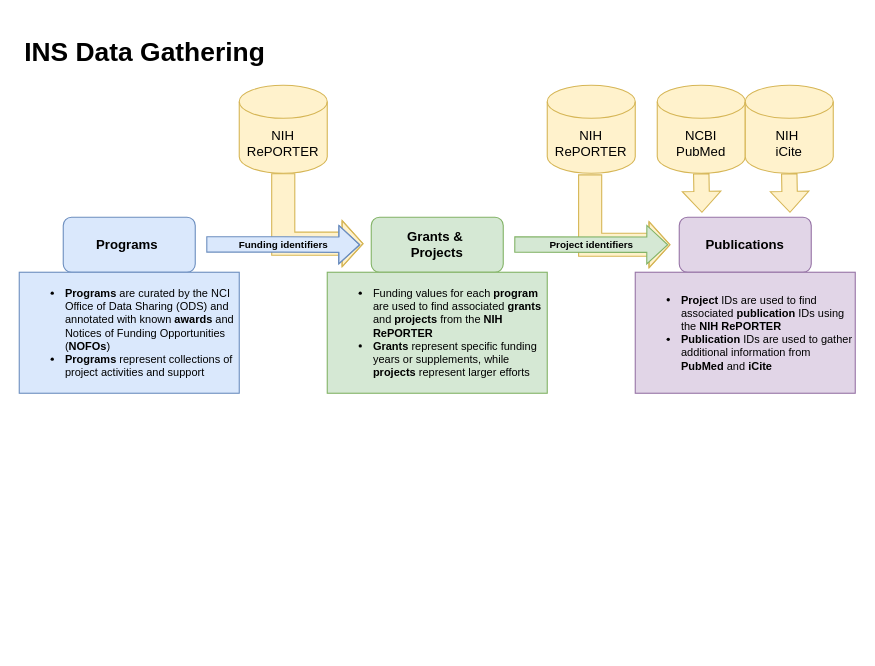
Above: images/ins-data-gathering-simple.drawio in CBIIT/INS-Data (draw.io), before the change. Source tidied: cells renumbered, new cells numbered last; positions are measured from the earlier drawing's top-left corner, leaving out a move shared by most shapes. Both pictures are drawn from the tidied source at 110%, with x=0, y=0 at pixel (19, 30). Pictures stored in the file or linked from it are replaced by grey dashed boxes.
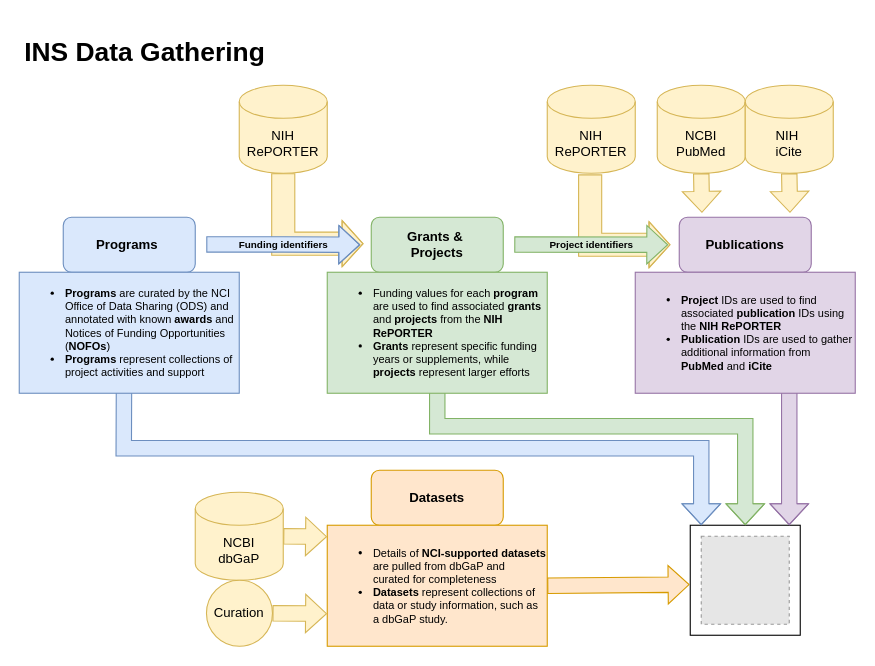
The same diagram, later.

Commit message (it also covers changes not shown here):
Update gathering diagram to include datasets

Change to the diagram source:
```diff
@@
-    <mxCell id="5" value="&lt;ul style=&quot;font-size: 10px;&quot;&gt;&lt;li style=&quot;font-size: 10px;&quot;&gt;&lt;b&gt;Programs&lt;/b&gt;&amp;nbsp;are curated by the NCI Office of Data Sharing (ODS) and annotated with known &lt;b style=&quot;background-color: initial;&quot;&gt;awards &lt;/b&gt;&lt;span style=&quot;background-color: initial;&quot;&gt;and Notices of Funding Opportunities (&lt;/span&gt;&lt;b style=&quot;background-color: initial;&quot;&gt;NOFOs&lt;/b&gt;&lt;span style=&quot;background-color: initial;&quot;&gt;)&lt;/span&gt;&lt;/li&gt;&lt;li style=&quot;font-size: 10px;&quot;&gt;&lt;b&gt;Programs &lt;/b&gt;represent collections of project activities and support&lt;/li&gt;&lt;/ul&gt;" style="rounded=0;whiteSpace=wrap;html=1;align=left;fontSize=10;fillColor=#dae8fc;strokeColor=#6c8ebf;" parent="1" vertex="1">
-      <mxGeometry y="220" width="200" height="110" as="geometry" />
-    </mxCell>
@@
-    <mxCell id="7" value="&lt;ul&gt;&lt;li&gt;Funding values for each &lt;b style=&quot;font-size: 10px;&quot;&gt;program &lt;/b&gt;are used to find associated &lt;b style=&quot;font-size: 10px;&quot;&gt;grants &lt;/b&gt;and &lt;b style=&quot;font-size: 10px;&quot;&gt;projects&lt;/b&gt;&amp;nbsp;from the&amp;nbsp;&lt;b style=&quot;font-size: 10px;&quot;&gt;NIH RePORTER&lt;/b&gt;&lt;/li&gt;&lt;li&gt;&lt;span style=&quot;font-size: 10px;&quot;&gt;&lt;b&gt;Grants &lt;/b&gt;represent specific funding years or supplements, while &lt;b&gt;projects&lt;/b&gt;&amp;nbsp;represent larger efforts&lt;/span&gt;&lt;/li&gt;&lt;/ul&gt;" style="rounded=0;whiteSpace=wrap;html=1;align=left;fontSize=10;fillColor=#d5e8d4;strokeColor=#82b366;" parent="1" vertex="1">
-      <mxGeometry x="280" y="220" width="200" height="110" as="geometry" />
-    </mxCell>
@@
-    <mxCell id="13" value="&lt;ul&gt;&lt;li&gt;&lt;b&gt;Project &lt;/b&gt;IDs are used to find associated &lt;b&gt;publication &lt;/b&gt;IDs&amp;nbsp;using the &lt;b&gt;NIH RePORTER&lt;/b&gt;&lt;/li&gt;&lt;li&gt;&lt;b&gt;Publication &lt;/b&gt;IDs are used to gather additional information from &lt;b&gt;PubMed &lt;/b&gt;and &lt;b&gt;iCite&lt;/b&gt;&lt;/li&gt;&lt;/ul&gt;" style="rounded=0;whiteSpace=wrap;html=1;align=left;fontSize=10;fillColor=#e1d5e7;strokeColor=#9673a6;" parent="1" vertex="1">
-      <mxGeometry x="560" y="220" width="200" height="110" as="geometry" />
-    </mxCell>
@@
+    <mxCell id="19" value="&lt;b&gt;Datasets&lt;/b&gt;" style="rounded=1;whiteSpace=wrap;html=1;fillColor=#ffe6cc;strokeColor=#d79b00;" parent="1" vertex="1">
+      <mxGeometry x="320" y="400" width="120" height="50" as="geometry" />
+    </mxCell>
+    <mxCell id="20" value="&lt;ul style=&quot;font-size: 10px;&quot;&gt;&lt;li style=&quot;font-size: 10px;&quot;&gt;Details of&amp;nbsp;&lt;b&gt;NCI-supported datasets &lt;/b&gt;are&amp;nbsp;pulled from dbGaP and curated&lt;span style=&quot;background-color: initial;&quot;&gt;&amp;nbsp;for completeness&lt;/span&gt;&lt;/li&gt;&lt;li style=&quot;font-size: 10px;&quot;&gt;&lt;b&gt;Datasets&lt;/b&gt;&amp;nbsp;represent collections of data or study information, such as a dbGaP study.&lt;/li&gt;&lt;/ul&gt;" style="rounded=0;whiteSpace=wrap;html=1;align=left;fontSize=10;fillColor=#ffe6cc;strokeColor=#d79b00;" parent="1" vertex="1">
+      <mxGeometry x="280" y="450" width="200" height="110" as="geometry" />
+    </mxCell>
+    <mxCell id="21" value="NCBI&lt;div&gt;dbGaP&lt;/div&gt;" style="shape=cylinder3;whiteSpace=wrap;html=1;boundedLbl=1;backgroundOutline=1;size=15;fillColor=#fff2cc;strokeColor=#d6b656;" parent="1" vertex="1">
+      <mxGeometry x="160" y="420" width="80" height="80" as="geometry" />
+    </mxCell>
+    <mxCell id="22" style="shape=flexArrow;endArrow=classic;html=1;rounded=0;width=14;fillColor=#fff2cc;strokeColor=#d6b656;exitX=1;exitY=0.5;exitDx=0;exitDy=0;exitPerimeter=0;entryX=-0.001;entryY=0.313;entryDx=0;entryDy=0;entryPerimeter=0;" parent="1" edge="1" source="21">
+      <mxGeometry relative="1" as="geometry">
+        <mxPoint x="279.8" y="460.4" as="targetPoint" />
+      </mxGeometry>
+    </mxCell>
+    <mxCell id="23" value="Curation" style="shape=ellipse;whiteSpace=wrap;html=1;boundedLbl=1;backgroundOutline=1;size=15;fillColor=#fff2cc;strokeColor=#d6b656;perimeter=ellipsePerimeter;" parent="1" vertex="1">
+      <mxGeometry x="170.2" y="500" width="60" height="60" as="geometry" />
+    </mxCell>
+    <mxCell id="24" style="shape=flexArrow;endArrow=classic;html=1;rounded=0;width=14;fillColor=#fff2cc;strokeColor=#d6b656;exitX=1;exitY=0.5;exitDx=0;exitDy=0;exitPerimeter=0;entryX=-0.001;entryY=0.313;entryDx=0;entryDy=0;entryPerimeter=0;" parent="1" edge="1" source="23">
+      <mxGeometry relative="1" as="geometry">
+        <mxPoint x="279.8" y="530.4" as="targetPoint" />
+      </mxGeometry>
+    </mxCell>
+    <mxCell id="25" style="rounded=0;whiteSpace=wrap;html=1;" parent="1" vertex="1">
+      <mxGeometry x="610" y="450" width="100" height="100" as="geometry" />
+    </mxCell>
+    <mxCell id="26" style="fillColor=#E6E6E6;strokeColor=#999999;dashed=1;verticalLabelPosition=bottom;labelBackgroundColor=default;verticalAlign=top;" parent="1" vertex="1">
+      <mxGeometry x="620" y="460" width="80" height="80" as="geometry" />
+    </mxCell>
+    <mxCell id="27" style="shape=flexArrow;endArrow=classic;html=1;rounded=0;fontStyle=1;fontSize=9;width=14;fillColor=#dae8fc;strokeColor=#6c8ebf;labelBackgroundColor=none;exitX=0.476;exitY=0.97;exitDx=0;exitDy=0;exitPerimeter=0;entryX=0.1;entryY=0;entryDx=0;entryDy=0;entryPerimeter=0;" parent="1" edge="1" source="5" target="25">
+      <mxGeometry relative="1" as="geometry">
+        <Array as="points">
+          <mxPoint x="95" y="380" />
+          <mxPoint x="620" y="380" />
+        </Array>
+      </mxGeometry>
+    </mxCell>
+    <mxCell id="28" style="shape=flexArrow;endArrow=classic;html=1;rounded=0;fontStyle=1;fontSize=9;width=14;fillColor=#d5e8d4;strokeColor=#82b366;labelBackgroundColor=none;exitX=0.476;exitY=0.97;exitDx=0;exitDy=0;exitPerimeter=0;entryX=0.5;entryY=0;entryDx=0;entryDy=0;" parent="1" edge="1" target="25">
+      <mxGeometry relative="1" as="geometry">
+        <mxPoint x="380" y="327" as="sourcePoint" />
+        <Array as="points">
+          <mxPoint x="380" y="360" />
+          <mxPoint x="660" y="360" />
+        </Array>
+      </mxGeometry>
+    </mxCell>
+    <mxCell id="29" style="shape=flexArrow;endArrow=classic;html=1;rounded=0;fontStyle=1;fontSize=9;width=14;fillColor=#e1d5e7;strokeColor=#9673a6;labelBackgroundColor=none;entryX=0.5;entryY=0;entryDx=0;entryDy=0;" parent="1" edge="1">
+      <mxGeometry relative="1" as="geometry">
+        <mxPoint x="700" y="328" as="sourcePoint" />
+        <mxPoint x="700" y="450" as="targetPoint" />
+        <Array as="points">
+          <mxPoint x="700" y="370" />
+        </Array>
+      </mxGeometry>
+    </mxCell>
+    <mxCell id="13" value="&lt;ul&gt;&lt;li&gt;&lt;b&gt;Project &lt;/b&gt;IDs are used to find associated &lt;b&gt;publication &lt;/b&gt;IDs&amp;nbsp;using the &lt;b&gt;NIH RePORTER&lt;/b&gt;&lt;/li&gt;&lt;li&gt;&lt;b&gt;Publication &lt;/b&gt;IDs are used to gather additional information from &lt;b&gt;PubMed &lt;/b&gt;and &lt;b&gt;iCite&lt;/b&gt;&lt;/li&gt;&lt;/ul&gt;" style="rounded=0;whiteSpace=wrap;html=1;align=left;fontSize=10;fillColor=#e1d5e7;strokeColor=#9673a6;" parent="1" vertex="1">
+      <mxGeometry x="560" y="220" width="200" height="110" as="geometry" />
+    </mxCell>
+    <mxCell id="7" value="&lt;ul&gt;&lt;li&gt;Funding values for each &lt;b style=&quot;font-size: 10px;&quot;&gt;program &lt;/b&gt;are used to find associated &lt;b style=&quot;font-size: 10px;&quot;&gt;grants &lt;/b&gt;and &lt;b style=&quot;font-size: 10px;&quot;&gt;projects&lt;/b&gt;&amp;nbsp;from the&amp;nbsp;&lt;b style=&quot;font-size: 10px;&quot;&gt;NIH RePORTER&lt;/b&gt;&lt;/li&gt;&lt;li&gt;&lt;span style=&quot;font-size: 10px;&quot;&gt;&lt;b&gt;Grants &lt;/b&gt;represent specific funding years or supplements, while &lt;b&gt;projects&lt;/b&gt;&amp;nbsp;represent larger efforts&lt;/span&gt;&lt;/li&gt;&lt;/ul&gt;" style="rounded=0;whiteSpace=wrap;html=1;align=left;fontSize=10;fillColor=#d5e8d4;strokeColor=#82b366;" parent="1" vertex="1">
+      <mxGeometry x="280" y="220" width="200" height="110" as="geometry" />
+    </mxCell>
+    <mxCell id="5" value="&lt;ul style=&quot;font-size: 10px;&quot;&gt;&lt;li style=&quot;font-size: 10px;&quot;&gt;&lt;b&gt;Programs&lt;/b&gt;&amp;nbsp;are curated by the NCI Office of Data Sharing (ODS) and annotated with known &lt;b style=&quot;background-color: initial;&quot;&gt;awards &lt;/b&gt;&lt;span style=&quot;background-color: initial;&quot;&gt;and Notices of Funding Opportunities (&lt;/span&gt;&lt;b style=&quot;background-color: initial;&quot;&gt;NOFOs&lt;/b&gt;&lt;span style=&quot;background-color: initial;&quot;&gt;)&lt;/span&gt;&lt;/li&gt;&lt;li style=&quot;font-size: 10px;&quot;&gt;&lt;b&gt;Programs &lt;/b&gt;represent collections of project activities and support&lt;/li&gt;&lt;/ul&gt;" style="rounded=0;whiteSpace=wrap;html=1;align=left;fontSize=10;fillColor=#dae8fc;strokeColor=#6c8ebf;" parent="1" vertex="1">
+      <mxGeometry y="220" width="200" height="110" as="geometry" />
+    </mxCell>
+    <mxCell id="30" style="shape=flexArrow;endArrow=classic;html=1;rounded=0;fontStyle=1;fontSize=9;width=14;fillColor=#ffe6cc;strokeColor=#d79b00;labelBackgroundColor=none;entryX=-0.006;entryY=0.539;entryDx=0;entryDy=0;exitX=1;exitY=0.5;exitDx=0;exitDy=0;entryPerimeter=0;" parent="1" edge="1" source="20" target="25">
+      <mxGeometry relative="1" as="geometry" />
+    </mxCell>
```
